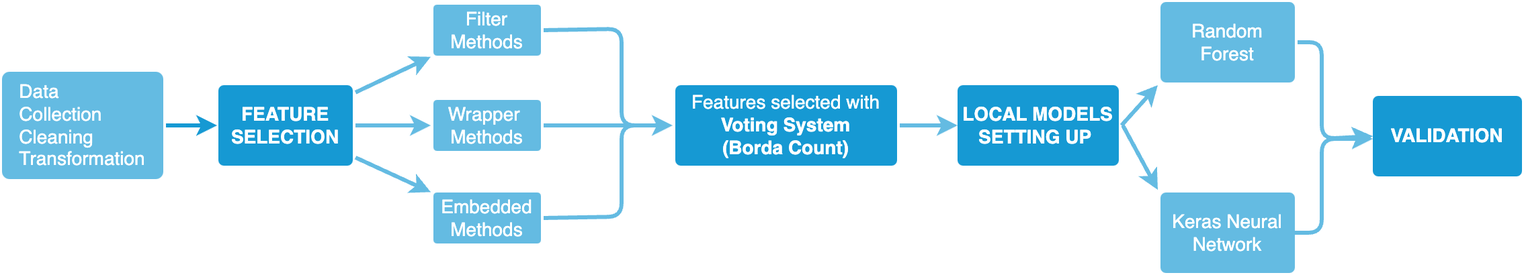
Before: src/images/overview.png, a diagram exported from draw.io (bresc19/My_thesis). Source tidied: cells renumbered, new cells last; positions are measured from the earlier drawing's top-left corner, leaving out a move shared by most shapes.
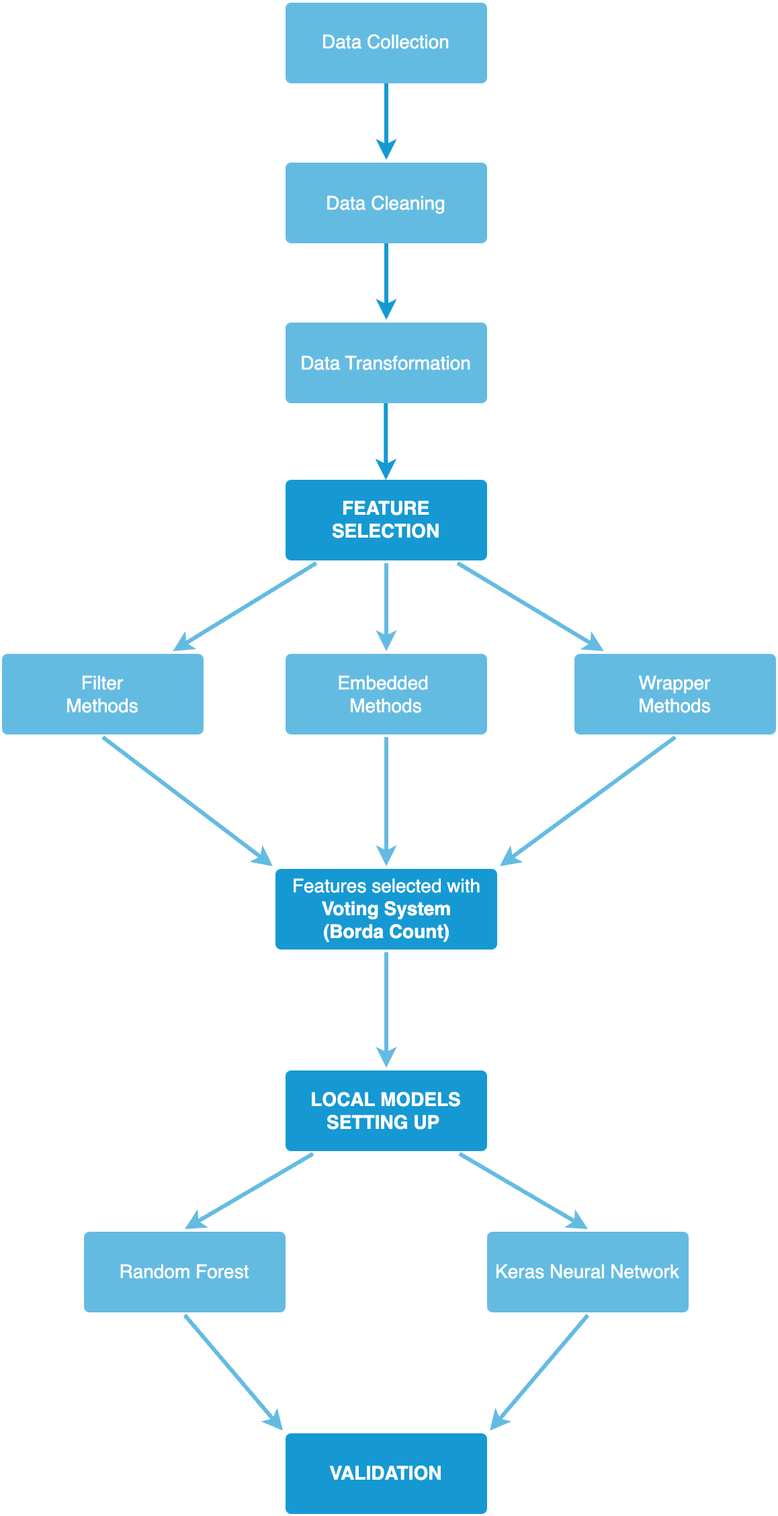
Above is the later version.

Change to the diagram source:
```diff
@@ -3,98 +3,91 @@
     <mxCell id="0" />
     <mxCell id="1" parent="0" />
     <mxCell id="2" value="FEATURE SELECTION" style="rounded=1;whiteSpace=wrap;html=1;shadow=0;labelBackgroundColor=none;strokeColor=none;strokeWidth=3;fillColor=#1699D3;fontFamily=Helvetica;fontSize=14;fontColor=#FFFFFF;align=center;spacing=5;fontStyle=1;arcSize=7;perimeterSpacing=2;" parent="1" vertex="1">
-      <mxGeometry x="161" y="62" width="100" height="60" as="geometry" />
+      <mxGeometry x="156" y="382.5" width="150" height="60" as="geometry" />
     </mxCell>
-    <mxCell id="3" value="Wrapper&amp;nbsp;&lt;br&gt;Methods" style="rounded=1;whiteSpace=wrap;html=1;shadow=0;labelBackgroundColor=none;strokeColor=none;strokeWidth=3;fillColor=#64BBE2;fontFamily=Helvetica;fontSize=14;fontColor=#FFFFFF;align=center;spacing=5;arcSize=7;perimeterSpacing=2;" parent="1" vertex="1">
-      <mxGeometry x="321" y="73" width="80" height="38" as="geometry" />
+    <mxCell id="3" value="Embedded&amp;nbsp;&lt;br&gt;Methods" style="rounded=1;whiteSpace=wrap;html=1;shadow=0;labelBackgroundColor=none;strokeColor=none;strokeWidth=3;fillColor=#64BBE2;fontFamily=Helvetica;fontSize=14;fontColor=#FFFFFF;align=center;spacing=5;arcSize=7;perimeterSpacing=2;" parent="1" vertex="1">
+      <mxGeometry x="156" y="512" width="150" height="60" as="geometry" />
     </mxCell>
     <mxCell id="4" style="edgeStyle=none;rounded=0;jumpStyle=none;html=1;shadow=0;labelBackgroundColor=none;startArrow=none;startFill=0;endArrow=classic;endFill=1;jettySize=auto;strokeColor=#64BBE2;strokeWidth=3;fontFamily=Helvetica;fontSize=14;fontColor=#FFFFFF;spacing=5;" parent="1" edge="1" source="2" target="3">
       <mxGeometry relative="1" as="geometry" />
     </mxCell>
-    <mxCell id="5" value="Filter&lt;br&gt;Methods" style="rounded=1;whiteSpace=wrap;html=1;shadow=0;labelBackgroundColor=none;strokeColor=none;strokeWidth=3;fillColor=#64BBE2;fontFamily=Helvetica;fontSize=14;fontColor=#FFFFFF;align=center;spacing=5;arcSize=7;perimeterSpacing=2;" parent="1" vertex="1">
-      <mxGeometry x="321" y="2" width="80" height="38" as="geometry" />
+    <mxCell id="5" value="Wrapper&lt;br&gt;Methods" style="rounded=1;whiteSpace=wrap;html=1;shadow=0;labelBackgroundColor=none;strokeColor=none;strokeWidth=3;fillColor=#64BBE2;fontFamily=Helvetica;fontSize=14;fontColor=#FFFFFF;align=center;spacing=5;arcSize=7;perimeterSpacing=2;" parent="1" vertex="1">
+      <mxGeometry x="371" y="512" width="150" height="60" as="geometry" />
     </mxCell>
     <mxCell id="6" style="edgeStyle=none;rounded=0;jumpStyle=none;html=1;shadow=0;labelBackgroundColor=none;startArrow=none;startFill=0;endArrow=classic;endFill=1;jettySize=auto;strokeColor=#64BBE2;strokeWidth=3;fontFamily=Helvetica;fontSize=14;fontColor=#FFFFFF;spacing=5;" parent="1" edge="1" source="2" target="5">
       <mxGeometry relative="1" as="geometry" />
     </mxCell>
-    <mxCell id="7" value="Embedded&lt;br&gt;Methods" style="rounded=1;whiteSpace=wrap;html=1;shadow=0;labelBackgroundColor=none;strokeColor=none;strokeWidth=3;fillColor=#64BBE2;fontFamily=Helvetica;fontSize=14;fontColor=#FFFFFF;align=center;spacing=5;arcSize=7;perimeterSpacing=2;" parent="1" vertex="1">
-      <mxGeometry x="321" y="142" width="80" height="38" as="geometry" />
+    <mxCell id="7" value="Filter&lt;br&gt;Methods" style="rounded=1;whiteSpace=wrap;html=1;shadow=0;labelBackgroundColor=none;strokeColor=none;strokeWidth=3;fillColor=#64BBE2;fontFamily=Helvetica;fontSize=14;fontColor=#FFFFFF;align=center;spacing=5;arcSize=7;perimeterSpacing=2;" parent="1" vertex="1">
+      <mxGeometry x="-55" y="512" width="150" height="60" as="geometry" />
     </mxCell>
     <mxCell id="8" style="edgeStyle=none;rounded=0;jumpStyle=none;html=1;shadow=0;labelBackgroundColor=none;startArrow=none;startFill=0;endArrow=classic;endFill=1;jettySize=auto;strokeColor=#64BBE2;strokeWidth=3;fontFamily=Helvetica;fontSize=14;fontColor=#FFFFFF;spacing=5;" parent="1" edge="1" source="2" target="7">
       <mxGeometry relative="1" as="geometry" />
     </mxCell>
     <mxCell id="9" value="LOCAL MODELS&lt;br&gt;SETTING UP&amp;nbsp;" style="rounded=1;whiteSpace=wrap;html=1;shadow=0;labelBackgroundColor=none;strokeColor=none;strokeWidth=3;fillColor=#1699D3;fontFamily=Helvetica;fontSize=14;fontColor=#FFFFFF;align=center;spacing=5;fontStyle=1;arcSize=7;perimeterSpacing=2;" parent="1" vertex="1">
-      <mxGeometry x="711" y="62" width="120" height="60" as="geometry" />
+      <mxGeometry x="156" y="822" width="150" height="60" as="geometry" />
     </mxCell>
     <mxCell id="10" value="Random Forest" style="rounded=1;whiteSpace=wrap;html=1;shadow=0;labelBackgroundColor=none;strokeColor=none;strokeWidth=3;fillColor=#64BBE2;fontFamily=Helvetica;fontSize=14;fontColor=#FFFFFF;align=center;spacing=5;fontStyle=0;arcSize=7;perimeterSpacing=2;" parent="1" vertex="1">
-      <mxGeometry x="862" width="100" height="60" as="geometry" />
+      <mxGeometry x="6" y="942" width="150" height="60" as="geometry" />
     </mxCell>
-    <mxCell id="11" style="edgeStyle=none;rounded=1;jumpStyle=none;html=1;shadow=0;labelBackgroundColor=none;startArrow=none;startFill=0;jettySize=auto;strokeColor=#64BBE2;strokeWidth=3;fontFamily=Helvetica;fontSize=14;fontColor=#FFFFFF;spacing=5;fontStyle=1;fillColor=#b0e3e6;exitX=1;exitY=0.5;exitDx=0;exitDy=0;entryX=0;entryY=1;entryDx=0;entryDy=0;" parent="1" edge="1" source="9" target="10">
+    <mxCell id="11" style="edgeStyle=none;rounded=1;jumpStyle=none;html=1;shadow=0;labelBackgroundColor=none;startArrow=none;startFill=0;jettySize=auto;strokeColor=#64BBE2;strokeWidth=3;fontFamily=Helvetica;fontSize=14;fontColor=#FFFFFF;spacing=5;fontStyle=1;fillColor=#b0e3e6;entryX=0.5;entryY=0;entryDx=0;entryDy=0;" parent="1" edge="1" source="9" target="10">
       <mxGeometry relative="1" as="geometry" />
     </mxCell>
-    <mxCell id="12" style="edgeStyle=none;rounded=1;jumpStyle=none;html=1;shadow=0;labelBackgroundColor=none;startArrow=none;startFill=0;jettySize=auto;strokeColor=#64BBE2;strokeWidth=3;fontFamily=Helvetica;fontSize=14;fontColor=#FFFFFF;spacing=5;fontStyle=1;fillColor=#b0e3e6;entryX=0;entryY=0;entryDx=0;entryDy=0;" parent="1" edge="1" target="13">
-      <mxGeometry relative="1" as="geometry">
-        <mxPoint x="834" y="92" as="sourcePoint" />
-      </mxGeometry>
+    <mxCell id="12" style="edgeStyle=none;rounded=1;jumpStyle=none;html=1;shadow=0;labelBackgroundColor=none;startArrow=none;startFill=0;jettySize=auto;strokeColor=#64BBE2;strokeWidth=3;fontFamily=Helvetica;fontSize=14;fontColor=#FFFFFF;spacing=5;fontStyle=1;fillColor=#b0e3e6;entryX=0.5;entryY=0;entryDx=0;entryDy=0;" parent="1" edge="1" source="9" target="13">
+      <mxGeometry relative="1" as="geometry" />
     </mxCell>
     <mxCell id="13" value="Keras Neural Network" style="rounded=1;whiteSpace=wrap;html=1;shadow=0;labelBackgroundColor=none;strokeColor=none;strokeWidth=3;fillColor=#64BBE2;fontFamily=Helvetica;fontSize=14;fontColor=#FFFFFF;align=center;spacing=5;fontStyle=0;arcSize=7;perimeterSpacing=2;" parent="1" vertex="1">
-      <mxGeometry x="862" y="142" width="100" height="60" as="geometry" />
+      <mxGeometry x="306" y="942" width="150" height="60" as="geometry" />
     </mxCell>
-    <mxCell id="14" style="edgeStyle=none;rounded=0;jumpStyle=none;html=1;shadow=0;labelBackgroundColor=none;startArrow=none;startFill=0;endArrow=classic;endFill=1;jettySize=auto;strokeColor=#64BBE2;strokeWidth=3;fontFamily=Helvetica;fontSize=14;fontColor=#FFFFFF;spacing=5;entryX=0;entryY=0.5;entryDx=0;entryDy=0;exitX=1;exitY=0.5;exitDx=0;exitDy=0;" parent="1" edge="1" source="3" target="16">
+    <mxCell id="14" style="edgeStyle=none;rounded=0;jumpStyle=none;html=1;shadow=0;labelBackgroundColor=none;startArrow=none;startFill=0;endArrow=classic;endFill=1;jettySize=auto;strokeColor=#64BBE2;strokeWidth=3;fontFamily=Helvetica;fontSize=14;fontColor=#FFFFFF;spacing=5;exitX=0.5;exitY=1;exitDx=0;exitDy=0;entryX=0.5;entryY=0;entryDx=0;entryDy=0;" parent="1" edge="1" source="3" target="16">
       <mxGeometry relative="1" as="geometry" />
     </mxCell>
-    <mxCell id="15" style="edgeStyle=none;rounded=1;jumpStyle=none;html=1;shadow=0;labelBackgroundColor=none;startArrow=none;startFill=0;endArrow=classic;endFill=1;jettySize=auto;strokeColor=#64BBE2;strokeWidth=3;fontFamily=Helvetica;fontSize=14;fontColor=#FFFFFF;spacing=5;exitX=1;exitY=0.5;exitDx=0;exitDy=0;entryX=0;entryY=0.5;entryDx=0;entryDy=0;" parent="1" edge="1" source="7" target="16">
-      <mxGeometry relative="1" as="geometry">
-        <Array as="points">
-          <mxPoint x="461" y="160" />
-          <mxPoint x="461" y="92" />
-        </Array>
-      </mxGeometry>
+    <mxCell id="15" style="edgeStyle=none;rounded=0;jumpStyle=none;html=1;shadow=0;labelBackgroundColor=none;startArrow=none;startFill=0;endArrow=classic;endFill=1;jettySize=auto;strokeColor=#64BBE2;strokeWidth=3;fontFamily=Helvetica;fontSize=14;fontColor=#FFFFFF;spacing=5;exitX=0.5;exitY=1;exitDx=0;exitDy=0;entryX=0;entryY=0;entryDx=0;entryDy=0;" parent="1" edge="1" source="7" target="16">
+      <mxGeometry relative="1" as="geometry" />
     </mxCell>
     <mxCell id="16" value="Features selected with&lt;br&gt;&lt;b&gt;Voting System &lt;br&gt;(Borda Count)&lt;/b&gt;" style="rounded=1;whiteSpace=wrap;html=1;shadow=0;labelBackgroundColor=none;strokeColor=none;strokeWidth=3;fillColor=#1699D3;fontFamily=Helvetica;fontSize=14;fontColor=#FFFFFF;align=center;spacing=5;arcSize=7;perimeterSpacing=2;" parent="1" vertex="1">
-      <mxGeometry x="501" y="62" width="165" height="60" as="geometry" />
+      <mxGeometry x="148.5" y="672" width="165" height="60" as="geometry" />
     </mxCell>
-    <mxCell id="17" style="edgeStyle=none;rounded=1;jumpStyle=none;html=1;shadow=0;labelBackgroundColor=none;startArrow=none;startFill=0;endArrow=classic;endFill=1;jettySize=auto;strokeColor=#64BBE2;strokeWidth=3;fontFamily=Helvetica;fontSize=14;fontColor=#FFFFFF;spacing=5;exitX=1;exitY=0.5;exitDx=0;exitDy=0;entryX=0;entryY=0.5;entryDx=0;entryDy=0;" parent="1" edge="1" source="5" target="16">
-      <mxGeometry relative="1" as="geometry">
-        <Array as="points">
-          <mxPoint x="461" y="20" />
-          <mxPoint x="461" y="92" />
-        </Array>
-      </mxGeometry>
+    <mxCell id="17" style="edgeStyle=none;rounded=0;jumpStyle=none;html=1;shadow=0;labelBackgroundColor=none;startArrow=none;startFill=0;endArrow=classic;endFill=1;jettySize=auto;strokeColor=#64BBE2;strokeWidth=3;fontFamily=Helvetica;fontSize=14;fontColor=#FFFFFF;spacing=5;exitX=0.5;exitY=1;exitDx=0;exitDy=0;entryX=1;entryY=0;entryDx=0;entryDy=0;" parent="1" edge="1" source="5" target="16">
+      <mxGeometry relative="1" as="geometry" />
     </mxCell>
-    <mxCell id="18" style="edgeStyle=none;rounded=0;jumpStyle=none;html=1;shadow=0;labelBackgroundColor=none;startArrow=none;startFill=0;endArrow=classic;endFill=1;jettySize=auto;strokeColor=#64BBE2;strokeWidth=3;fontFamily=Helvetica;fontSize=14;fontColor=#FFFFFF;spacing=5;exitX=1;exitY=0.5;exitDx=0;exitDy=0;" parent="1" edge="1" source="16">
-      <mxGeometry relative="1" as="geometry">
-        <mxPoint x="711" y="92" as="targetPoint" />
-      </mxGeometry>
+    <mxCell id="18" style="edgeStyle=none;rounded=0;jumpStyle=none;html=1;shadow=0;labelBackgroundColor=none;startArrow=none;startFill=0;endArrow=classic;endFill=1;jettySize=auto;strokeColor=#64BBE2;strokeWidth=3;fontFamily=Helvetica;fontSize=14;fontColor=#FFFFFF;spacing=5;exitX=0.5;exitY=1;exitDx=0;exitDy=0;entryX=0.5;entryY=0;entryDx=0;entryDy=0;" parent="1" edge="1" source="16" target="9">
+      <mxGeometry relative="1" as="geometry" />
     </mxCell>
-    <mxCell id="19" style="edgeStyle=none;rounded=1;jumpStyle=none;html=1;shadow=0;labelBackgroundColor=none;startArrow=none;startFill=0;jettySize=auto;strokeColor=#64BBE2;strokeWidth=3;fontFamily=Helvetica;fontSize=14;fontColor=#FFFFFF;spacing=5;fontStyle=1;fillColor=#b0e3e6;exitX=1;exitY=0.5;exitDx=0;exitDy=0;" parent="1" edge="1" source="10">
-      <mxGeometry relative="1" as="geometry">
-        <mxPoint x="1020" y="100" as="targetPoint" />
-        <Array as="points">
-          <mxPoint x="982" y="30" />
-          <mxPoint x="982" y="102" />
-        </Array>
-      </mxGeometry>
+    <mxCell id="19" style="edgeStyle=none;rounded=1;jumpStyle=none;html=1;shadow=0;labelBackgroundColor=none;startArrow=none;startFill=0;jettySize=auto;strokeColor=#64BBE2;strokeWidth=3;fontFamily=Helvetica;fontSize=14;fontColor=#FFFFFF;spacing=5;fontStyle=1;fillColor=#b0e3e6;exitX=0.5;exitY=1;exitDx=0;exitDy=0;entryX=0;entryY=0;entryDx=0;entryDy=0;" parent="1" edge="1" source="10" target="21">
+      <mxGeometry relative="1" as="geometry" />
     </mxCell>
-    <mxCell id="20" style="edgeStyle=none;rounded=1;jumpStyle=none;html=1;shadow=0;labelBackgroundColor=none;startArrow=none;startFill=0;jettySize=auto;orthogonalLoop=1;strokeColor=#64BBE2;strokeWidth=3;fontFamily=Helvetica;fontSize=14;fontColor=#FFFFFF;spacing=5;fontStyle=1;fillColor=#b0e3e6;" parent="1" edge="1">
-      <mxGeometry relative="1" as="geometry">
-        <mxPoint x="962" y="172" as="sourcePoint" />
-        <mxPoint x="1020" y="102" as="targetPoint" />
-        <Array as="points">
-          <mxPoint x="982" y="172" />
-          <mxPoint x="982" y="102" />
-        </Array>
-      </mxGeometry>
+    <mxCell id="20" style="edgeStyle=none;rounded=1;jumpStyle=none;html=1;shadow=0;labelBackgroundColor=none;startArrow=none;startFill=0;jettySize=auto;strokeColor=#64BBE2;strokeWidth=3;fontFamily=Helvetica;fontSize=14;fontColor=#FFFFFF;spacing=5;fontStyle=1;fillColor=#b0e3e6;exitX=0.5;exitY=1;exitDx=0;exitDy=0;entryX=1;entryY=0;entryDx=0;entryDy=0;" parent="1" edge="1" source="13" target="21">
+      <mxGeometry relative="1" as="geometry" />
     </mxCell>
     <mxCell id="21" value="&lt;b&gt;VALIDATION&lt;/b&gt;" style="rounded=1;whiteSpace=wrap;html=1;shadow=0;labelBackgroundColor=none;strokeColor=none;strokeWidth=3;fillColor=#1699D3;fontFamily=Helvetica;fontSize=14;fontColor=#FFFFFF;align=center;spacing=5;fontStyle=0;arcSize=7;perimeterSpacing=2;" parent="1" vertex="1">
-      <mxGeometry x="1020" y="70" width="111" height="60" as="geometry" />
+      <mxGeometry x="156" y="1092" width="150" height="60" as="geometry" />
     </mxCell>
+    <mxCell id="24" value="Data Collection" style="rounded=1;whiteSpace=wrap;html=1;shadow=0;labelBackgroundColor=none;strokeColor=none;strokeWidth=3;fillColor=#64BBE2;fontFamily=Helvetica;fontSize=14;fontColor=#FFFFFF;align=center;spacing=5;arcSize=7;perimeterSpacing=2;" parent="1" vertex="1">
+      <mxGeometry x="156" y="27.5" width="150" height="60" as="geometry" />
+    </mxCell>
+    <mxCell id="25" style="edgeStyle=none;rounded=0;jumpStyle=none;html=1;shadow=0;labelBackgroundColor=none;startArrow=none;startFill=0;endArrow=classic;endFill=1;jettySize=auto;strokeColor=#1699D3;strokeWidth=3;fontFamily=Helvetica;fontSize=14;fontColor=#FFFFFF;spacing=5;entryX=0.5;entryY=0;entryDx=0;entryDy=0;" parent="1" edge="1" target="26">
+      <mxGeometry relative="1" as="geometry">
+        <mxPoint x="231" y="87.5" as="sourcePoint" />
+        <Array as="points">
+          <mxPoint x="231" y="107.5" />
+        </Array>
+      </mxGeometry>
+    </mxCell>
+    <mxCell id="26" value="Data Cleaning" style="rounded=1;whiteSpace=wrap;html=1;shadow=0;labelBackgroundColor=none;strokeColor=none;strokeWidth=3;fillColor=#64bbe2;fontFamily=Helvetica;fontSize=14;fontColor=#FFFFFF;align=center;spacing=5;arcSize=7;perimeterSpacing=2;" parent="1" vertex="1">
+      <mxGeometry x="156" y="146.5" width="150" height="60" as="geometry" />
+    </mxCell>
+    <mxCell id="27" style="edgeStyle=none;rounded=0;jumpStyle=none;html=1;shadow=0;labelBackgroundColor=none;startArrow=none;startFill=0;endArrow=classic;endFill=1;jettySize=auto;strokeColor=#1699D3;strokeWidth=3;fontFamily=Helvetica;fontSize=14;fontColor=#FFFFFF;spacing=5;entryX=0.5;entryY=0;entryDx=0;entryDy=0;" parent="1" edge="1" target="22">
+      <mxGeometry relative="1" as="geometry">
+        <mxPoint x="231" y="206.5" as="sourcePoint" />
+      </mxGeometry>
+    </mxCell>
-    <mxCell id="22" value="&lt;div style=&quot;text-align: left;&quot;&gt;&lt;span style=&quot;background-color: initial;&quot;&gt;Data&lt;/span&gt;&lt;/div&gt;&lt;div style=&quot;text-align: left;&quot;&gt;&lt;span style=&quot;background-color: initial;&quot;&gt;Collection&lt;/span&gt;&lt;/div&gt;&lt;div style=&quot;text-align: left;&quot;&gt;&lt;span style=&quot;background-color: initial;&quot;&gt;Cleaning&amp;nbsp;&lt;/span&gt;&lt;/div&gt;&lt;div style=&quot;text-align: left;&quot;&gt;&lt;span style=&quot;background-color: initial;&quot;&gt;Transformation&lt;/span&gt;&lt;/div&gt;" style="rounded=1;whiteSpace=wrap;html=1;shadow=0;labelBackgroundColor=none;strokeColor=none;strokeWidth=3;fillColor=#64BBE2;fontFamily=Helvetica;fontSize=14;fontColor=#FFFFFF;align=center;spacing=5;arcSize=7;perimeterSpacing=2;" parent="1" vertex="1">
-      <mxGeometry y="52" width="120" height="80" as="geometry" />
+    <mxCell id="22" value="Data Transformation" style="rounded=1;whiteSpace=wrap;html=1;shadow=0;labelBackgroundColor=none;strokeColor=none;strokeWidth=3;fillColor=#64BBE2;fontFamily=Helvetica;fontSize=14;fontColor=#FFFFFF;align=center;spacing=5;arcSize=7;perimeterSpacing=2;" parent="1" vertex="1">
+      <mxGeometry x="156" y="265.5" width="150" height="60" as="geometry" />
     </mxCell>
-    <mxCell id="23" style="edgeStyle=none;rounded=0;jumpStyle=none;html=1;shadow=0;labelBackgroundColor=none;startArrow=none;startFill=0;endArrow=classic;endFill=1;jettySize=auto;strokeColor=#1699D3;strokeWidth=3;fontFamily=Helvetica;fontSize=14;fontColor=#FFFFFF;spacing=5;exitX=1;exitY=0.5;exitDx=0;exitDy=0;" parent="1" edge="1" source="22">
+    <mxCell id="23" style="edgeStyle=none;rounded=0;jumpStyle=none;html=1;shadow=0;labelBackgroundColor=none;startArrow=none;startFill=0;endArrow=classic;endFill=1;jettySize=auto;orthogonalLoop=1;strokeColor=#1699D3;strokeWidth=3;fontFamily=Helvetica;fontSize=14;fontColor=#FFFFFF;spacing=5;entryX=0.5;entryY=0;entryDx=0;entryDy=0;" parent="1" edge="1">
       <mxGeometry relative="1" as="geometry">
-        <mxPoint x="160" y="92" as="targetPoint" />
+        <mxPoint x="230.7" y="325.5" as="sourcePoint" />
+        <mxPoint x="230.7" y="382.5" as="targetPoint" />
       </mxGeometry>
     </mxCell>
   </root>
```
